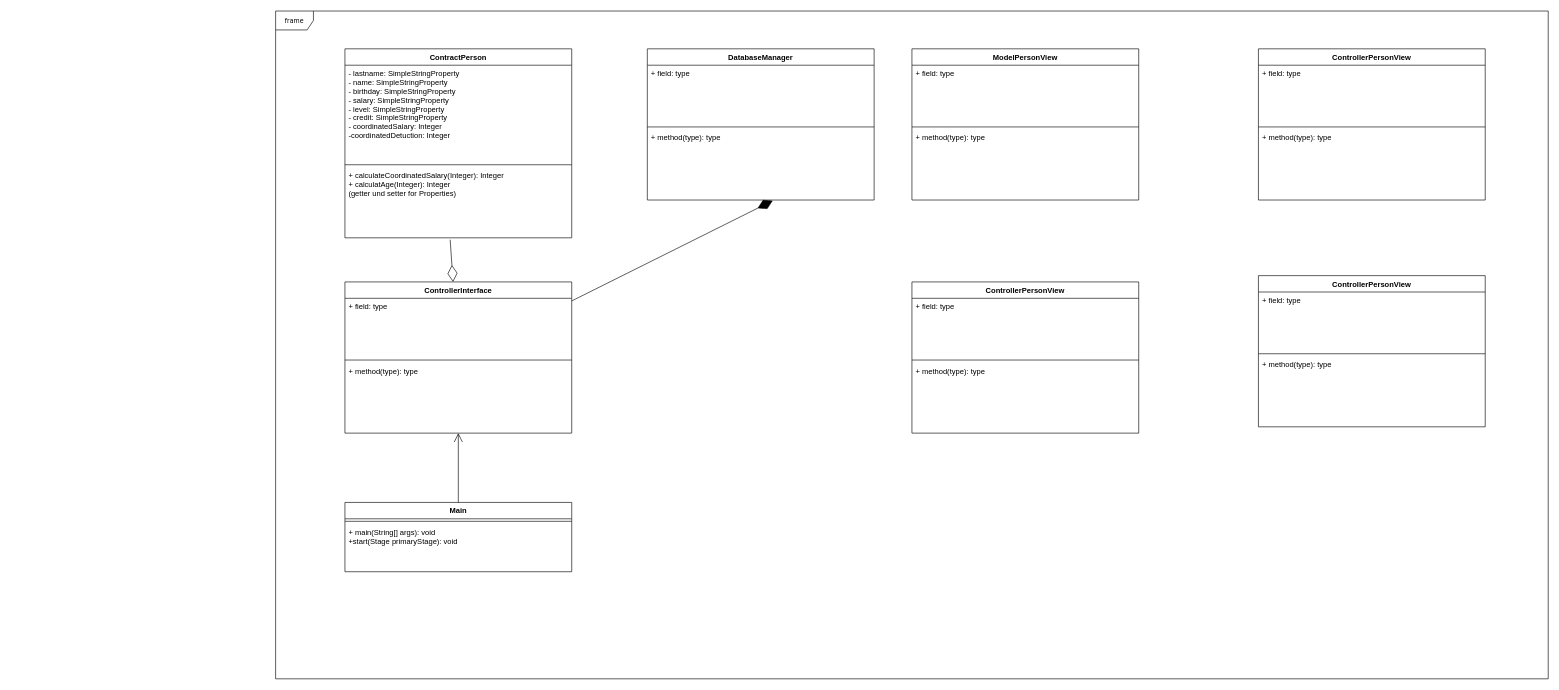
Before: src/Class_Diagram.drawio in andreasvogt89/TopRente, a draw.io diagram. Source tidied: cells renumbered, new cells numbered last; positions are measured from the earlier drawing's top-left corner, leaving out a move shared by most shapes. Both pictures are drawn from the tidied source at 63%, with x=0, y=0 at pixel (275, 11).
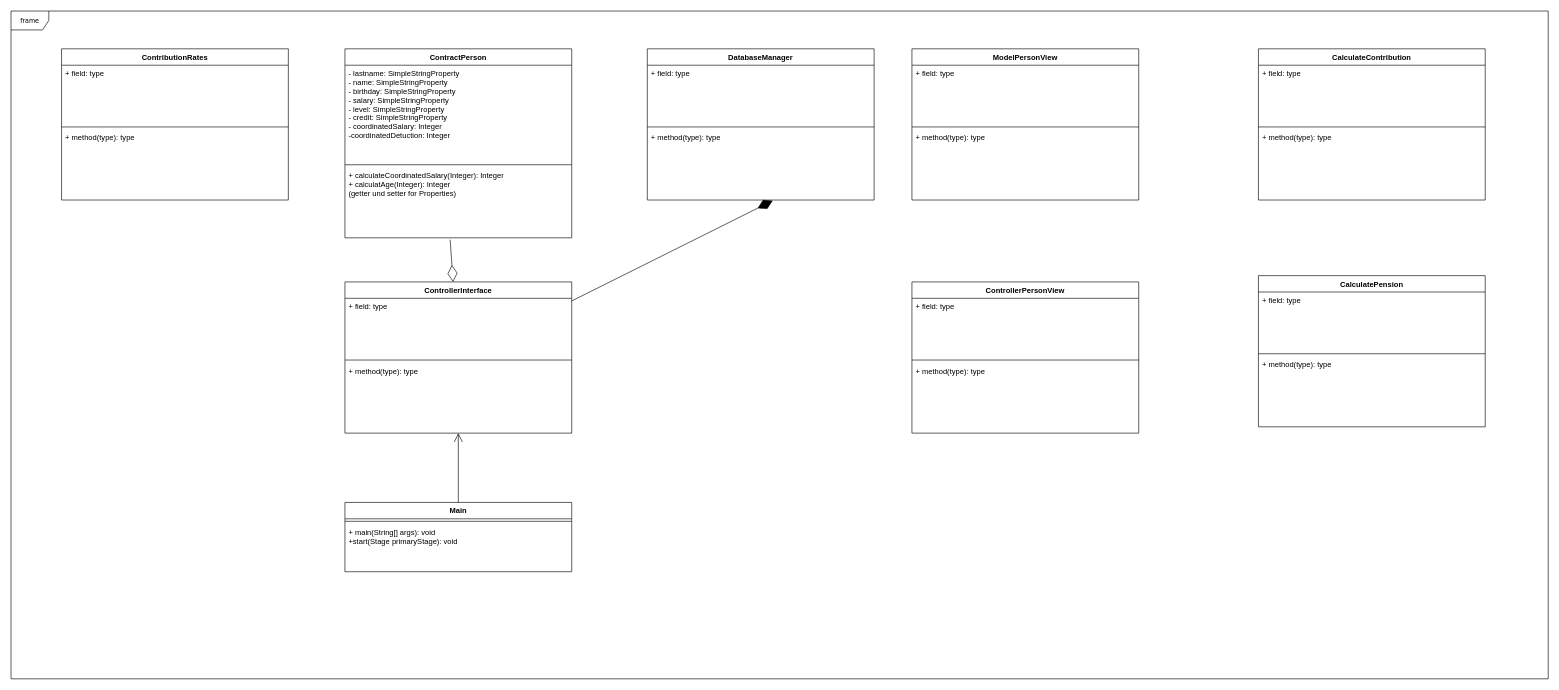
The same diagram, later.

The edit, as a diff of the source:
```diff
@@
     <mxCell id="2" value="frame" style="shape=umlFrame;whiteSpace=wrap;html=1;rounded=0;shadow=0;comic=0;labelBackgroundColor=none;strokeColor=#000000;strokeWidth=1;fillColor=#ffffff;fontFamily=Verdana;fontSize=10;fontColor=#000000;align=center;" parent="1" vertex="1">
-      <mxGeometry width="2020" height="1060" as="geometry" />
+      <mxGeometry x="-420" width="2440" height="1060" as="geometry" />
     </mxCell>
@@
-    <mxCell id="29" value="ControllerPersonView" style="swimlane;fontStyle=1;align=center;verticalAlign=top;horizontal=1;startSize=26;" parent="1" vertex="1">
+    <mxCell id="29" value="CalculateContribution" style="swimlane;fontStyle=1;align=center;verticalAlign=top;horizontal=1;startSize=26;" parent="1" vertex="1">
       <mxGeometry x="1560" y="60" width="360" height="240" as="geometry" />
     </mxCell>
@@
-    <mxCell id="33" value="ControllerPersonView" style="swimlane;fontStyle=1;align=center;verticalAlign=top;horizontal=1;startSize=26;" parent="1" vertex="1">
+    <mxCell id="33" value="CalculatePension" style="swimlane;fontStyle=1;align=center;verticalAlign=top;horizontal=1;startSize=26;" parent="1" vertex="1">
       <mxGeometry x="1560" y="420" width="360" height="240" as="geometry" />
     </mxCell>
@@
+    <mxCell id="37" value="ContributionRates" style="swimlane;fontStyle=1;align=center;verticalAlign=top;horizontal=1;startSize=26;" parent="1" vertex="1">
+      <mxGeometry x="-339.8" y="60" width="360" height="240" as="geometry" />
+    </mxCell>
+    <mxCell id="38" value="+ field: type" style="text;strokeColor=none;fillColor=none;align=left;verticalAlign=top;spacingLeft=4;spacingRight=4;overflow=hidden;" parent="37" vertex="1">
+      <mxGeometry y="26" width="360" height="94" as="geometry" />
+    </mxCell>
+    <mxCell id="39" style="line;strokeWidth=1;fillColor=none;align=left;verticalAlign=middle;spacingTop=-1;spacingLeft=3;spacingRight=3;labelPosition=right;" parent="37" vertex="1">
+      <mxGeometry y="120" width="360" height="8" as="geometry" />
+    </mxCell>
+    <mxCell id="40" value="+ method(type): type" style="text;strokeColor=none;fillColor=none;align=left;verticalAlign=top;spacingLeft=4;spacingRight=4;overflow=hidden;" parent="37" vertex="1">
+      <mxGeometry y="128" width="360" height="112" as="geometry" />
+    </mxCell>
```
